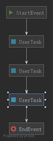
Before: c03procinst/src/main/resources/diagrams/StudentLeaveProcess.png, a diagram exported from BPMN (moonlightBeautiful/activiti5Study). Its source is kept beside it as c03procinst/src/main/resources/diagrams/StudentLeaveProcess.bpmn. Ids are renumbered. Its diagram source:
```xml
<definitions xmlns="http://www.omg.org/spec/BPMN/20100524/MODEL" xmlns:activiti="http://activiti.org/bpmn" xmlns:bpmndi="http://www.omg.org/spec/BPMN/20100524/DI" xmlns:dc="http://www.omg.org/spec/DD/20100524/DC" xmlns:di="http://www.omg.org/spec/DD/20100524/DI" xmlns:tns="http://www.activiti.org/testm1578408980312" xmlns:xsd="http://www.w3.org/2001/XMLSchema" xmlns:xsi="http://www.w3.org/2001/XMLSchema-instance" expressionLanguage="http://www.w3.org/1999/XPath" id="m1578408980312" name="" targetNamespace="http://www.activiti.org/testm1578408980312" typeLanguage="http://www.w3.org/2001/XMLSchema">
  <process id="studentLeaveProcess" isClosed="false" isExecutable="true" name="studentLeaveProcess" processType="None">
    <startEvent id="start" name="StartEvent"/>
    <endEvent id="end" name="EndEvent"/>
    <userTask activiti:assignee="studnet" activiti:exclusive="true" id="studentTask" name="UserTask"/>
    <userTask activiti:assignee="monitor" activiti:exclusive="true" id="monitorTask" name="UserTask"/>
    <userTask activiti:assignee="teacher" activiti:exclusive="true" id="teacherTask" name="UserTask"/>
    <sequenceFlow id="_7" sourceRef="start" targetRef="studentTask"/>
    <sequenceFlow id="_8" sourceRef="studentTask" targetRef="monitorTask"/>
    <sequenceFlow id="_9" sourceRef="monitorTask" targetRef="teacherTask"/>
    <sequenceFlow id="_10" sourceRef="teacherTask" targetRef="end"/>
  </process>
  <bpmndi:BPMNDiagram documentation="background=#3C3F41;count=1;horizontalcount=1;orientation=0;width=842.4;height=1195.2;imageableWidth=832.4;imageableHeight=1185.2;imageableX=5.0;imageableY=5.0" id="Diagram-_1" name="New Diagram">
    <bpmndi:BPMNPlane bpmnElement="studentLeaveProcess">
      <bpmndi:BPMNShape bpmnElement="start" id="Shape-start">
        <dc:Bounds height="32.0" width="32.0" x="300.0" y="-10.0"/>
        <bpmndi:BPMNLabel>
          <dc:Bounds height="32.0" width="32.0" x="0.0" y="0.0"/>
        </bpmndi:BPMNLabel>
      </bpmndi:BPMNShape>
      <bpmndi:BPMNShape bpmnElement="end" id="Shape-end">
        <dc:Bounds height="32.0" width="32.0" x="305.0" y="385.0"/>
        <bpmndi:BPMNLabel>
          <dc:Bounds height="32.0" width="32.0" x="0.0" y="0.0"/>
        </bpmndi:BPMNLabel>
      </bpmndi:BPMNShape>
      <bpmndi:BPMNShape bpmnElement="studentTask" id="Shape-studentTask">
        <dc:Bounds height="55.0" width="85.0" x="275.0" y="60.0"/>
        <bpmndi:BPMNLabel>
          <dc:Bounds height="55.0" width="85.0" x="0.0" y="0.0"/>
        </bpmndi:BPMNLabel>
      </bpmndi:BPMNShape>
      <bpmndi:BPMNShape bpmnElement="monitorTask" id="Shape-monitorTask">
        <dc:Bounds height="55.0" width="85.0" x="275.0" y="160.0"/>
        <bpmndi:BPMNLabel>
          <dc:Bounds height="55.0" width="85.0" x="0.0" y="0.0"/>
        </bpmndi:BPMNLabel>
      </bpmndi:BPMNShape>
      <bpmndi:BPMNShape bpmnElement="teacherTask" id="Shape-teacherTask">
        <dc:Bounds height="55.0" width="85.0" x="275.0" y="275.0"/>
        <bpmndi:BPMNLabel>
          <dc:Bounds height="55.0" width="85.0" x="0.0" y="0.0"/>
        </bpmndi:BPMNLabel>
      </bpmndi:BPMNShape>
      <bpmndi:BPMNEdge bpmnElement="_7" id="BPMNEdge__7" sourceElement="start" targetElement="studentTask">
        <di:waypoint x="316.0" y="22.0"/>
        <di:waypoint x="316.0" y="60.0"/>
        <bpmndi:BPMNLabel>
          <dc:Bounds height="0.0" width="0.0" x="0.0" y="0.0"/>
        </bpmndi:BPMNLabel>
      </bpmndi:BPMNEdge>
      <bpmndi:BPMNEdge bpmnElement="_8" id="BPMNEdge__8" sourceElement="studentTask" targetElement="monitorTask">
        <di:waypoint x="317.5" y="115.0"/>
        <di:waypoint x="317.5" y="160.0"/>
        <bpmndi:BPMNLabel>
          <dc:Bounds height="0.0" width="0.0" x="0.0" y="0.0"/>
        </bpmndi:BPMNLabel>
      </bpmndi:BPMNEdge>
      <bpmndi:BPMNEdge bpmnElement="_9" id="BPMNEdge__9" sourceElement="monitorTask" targetElement="teacherTask">
        <di:waypoint x="317.5" y="215.0"/>
        <di:waypoint x="317.5" y="275.0"/>
        <bpmndi:BPMNLabel>
          <dc:Bounds height="0.0" width="0.0" x="0.0" y="0.0"/>
        </bpmndi:BPMNLabel>
      </bpmndi:BPMNEdge>
      <bpmndi:BPMNEdge bpmnElement="_10" id="BPMNEdge__10" sourceElement="teacherTask" targetElement="end">
        <di:waypoint x="321.0" y="330.0"/>
        <di:waypoint x="321.0" y="385.0"/>
        <bpmndi:BPMNLabel>
          <dc:Bounds height="0.0" width="0.0" x="0.0" y="0.0"/>
        </bpmndi:BPMNLabel>
      </bpmndi:BPMNEdge>
    </bpmndi:BPMNPlane>
  </bpmndi:BPMNDiagram>
</definitions>
```
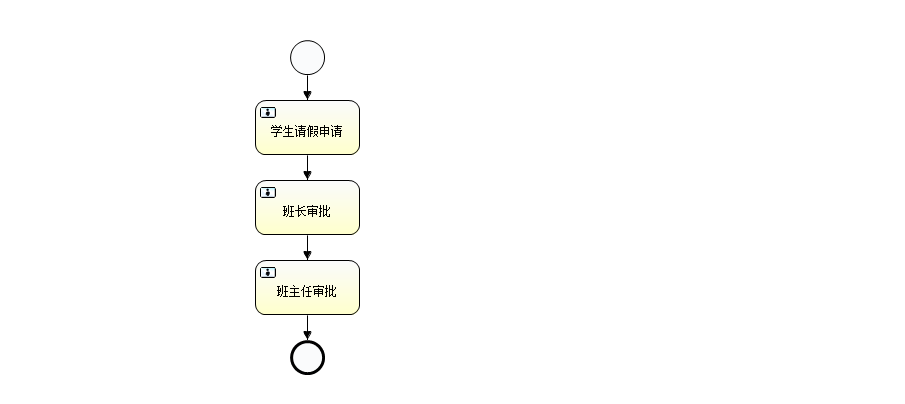
Later version of the same file.

Diff of the diagram source:
```diff
@@ -1,74 +1,47 @@
-<definitions xmlns="http://www.omg.org/spec/BPMN/20100524/MODEL" xmlns:activiti="http://activiti.org/bpmn" xmlns:bpmndi="http://www.omg.org/spec/BPMN/20100524/DI" xmlns:dc="http://www.omg.org/spec/DD/20100524/DC" xmlns:di="http://www.omg.org/spec/DD/20100524/DI" xmlns:tns="http://www.activiti.org/testm1578408980312" xmlns:xsd="http://www.w3.org/2001/XMLSchema" xmlns:xsi="http://www.w3.org/2001/XMLSchema-instance" expressionLanguage="http://www.w3.org/1999/XPath" id="m1578408980312" name="" targetNamespace="http://www.activiti.org/testm1578408980312" typeLanguage="http://www.w3.org/2001/XMLSchema">
-  <process id="studentLeaveProcess" isClosed="false" isExecutable="true" name="studentLeaveProcess" processType="None">
-    <startEvent id="start" name="StartEvent"/>
-    <endEvent id="end" name="EndEvent"/>
-    <userTask activiti:assignee="studnet" activiti:exclusive="true" id="studentTask" name="UserTask"/>
-    <userTask activiti:assignee="monitor" activiti:exclusive="true" id="monitorTask" name="UserTask"/>
-    <userTask activiti:assignee="teacher" activiti:exclusive="true" id="teacherTask" name="UserTask"/>
-    <sequenceFlow id="_7" sourceRef="start" targetRef="studentTask"/>
-    <sequenceFlow id="_8" sourceRef="studentTask" targetRef="monitorTask"/>
-    <sequenceFlow id="_9" sourceRef="monitorTask" targetRef="teacherTask"/>
-    <sequenceFlow id="_10" sourceRef="teacherTask" targetRef="end"/>
+<definitions xmlns="http://www.omg.org/spec/BPMN/20100524/MODEL" xmlns:xsi="http://www.w3.org/2001/XMLSchema-instance" xmlns:xsd="http://www.w3.org/2001/XMLSchema" xmlns:activiti="http://activiti.org/bpmn" xmlns:bpmndi="http://www.omg.org/spec/BPMN/20100524/DI" xmlns:omgdc="http://www.omg.org/spec/DD/20100524/DC" xmlns:omgdi="http://www.omg.org/spec/DD/20100524/DI" typeLanguage="http://www.w3.org/2001/XMLSchema" expressionLanguage="http://www.w3.org/1999/XPath" targetNamespace="http://www.activiti.org/test">
+  <process id="studentLeaveProcess" name="Student Leave Process" isExecutable="true">
+    <startEvent id="startevent1" name="Start"></startEvent>
+    <endEvent id="endevent1" name="End"></endEvent>
+    <userTask id="usertask1" name="学生请假申请" activiti:assignee="张三"></userTask>
+    <userTask id="usertask2" name="班长审批" activiti:assignee="李四"></userTask>
+    <userTask id="usertask3" name="班主任审批" activiti:assignee="王五"></userTask>
+    <sequenceFlow id="flow1" sourceRef="startevent1" targetRef="usertask1"></sequenceFlow>
+    <sequenceFlow id="flow2" sourceRef="usertask1" targetRef="usertask2"></sequenceFlow>
+    <sequenceFlow id="flow3" sourceRef="usertask2" targetRef="usertask3"></sequenceFlow>
+    <sequenceFlow id="flow4" sourceRef="usertask3" targetRef="endevent1"></sequenceFlow>
   </process>
-  <bpmndi:BPMNDiagram documentation="background=#3C3F41;count=1;horizontalcount=1;orientation=0;width=842.4;height=1195.2;imageableWidth=832.4;imageableHeight=1185.2;imageableX=5.0;imageableY=5.0" id="Diagram-_1" name="New Diagram">
-    <bpmndi:BPMNPlane bpmnElement="studentLeaveProcess">
-      <bpmndi:BPMNShape bpmnElement="start" id="Shape-start">
-        <dc:Bounds height="32.0" width="32.0" x="300.0" y="-10.0"/>
-        <bpmndi:BPMNLabel>
-          <dc:Bounds height="32.0" width="32.0" x="0.0" y="0.0"/>
-        </bpmndi:BPMNLabel>
+  <bpmndi:BPMNDiagram id="BPMNDiagram_studentLeaveProcess">
+    <bpmndi:BPMNPlane bpmnElement="studentLeaveProcess" id="BPMNPlane_studentLeaveProcess">
+      <bpmndi:BPMNShape bpmnElement="startevent1" id="BPMNShape_startevent1">
+        <omgdc:Bounds height="35.0" width="35.0" x="290.0" y="40.0"></omgdc:Bounds>
       </bpmndi:BPMNShape>
-      <bpmndi:BPMNShape bpmnElement="end" id="Shape-end">
-        <dc:Bounds height="32.0" width="32.0" x="305.0" y="385.0"/>
-        <bpmndi:BPMNLabel>
-          <dc:Bounds height="32.0" width="32.0" x="0.0" y="0.0"/>
-        </bpmndi:BPMNLabel>
+      <bpmndi:BPMNShape bpmnElement="endevent1" id="BPMNShape_endevent1">
+        <omgdc:Bounds height="35.0" width="35.0" x="290.0" y="340.0"></omgdc:Bounds>
       </bpmndi:BPMNShape>
-      <bpmndi:BPMNShape bpmnElement="studentTask" id="Shape-studentTask">
-        <dc:Bounds height="55.0" width="85.0" x="275.0" y="60.0"/>
-        <bpmndi:BPMNLabel>
-          <dc:Bounds height="55.0" width="85.0" x="0.0" y="0.0"/>
-        </bpmndi:BPMNLabel>
+      <bpmndi:BPMNShape bpmnElement="usertask1" id="BPMNShape_usertask1">
+        <omgdc:Bounds height="55.0" width="105.0" x="255.0" y="100.0"></omgdc:Bounds>
       </bpmndi:BPMNShape>
-      <bpmndi:BPMNShape bpmnElement="monitorTask" id="Shape-monitorTask">
-        <dc:Bounds height="55.0" width="85.0" x="275.0" y="160.0"/>
-        <bpmndi:BPMNLabel>
-          <dc:Bounds height="55.0" width="85.0" x="0.0" y="0.0"/>
-        </bpmndi:BPMNLabel>
+      <bpmndi:BPMNShape bpmnElement="usertask2" id="BPMNShape_usertask2">
+        <omgdc:Bounds height="55.0" width="105.0" x="255.0" y="180.0"></omgdc:Bounds>
       </bpmndi:BPMNShape>
-      <bpmndi:BPMNShape bpmnElement="teacherTask" id="Shape-teacherTask">
-        <dc:Bounds height="55.0" width="85.0" x="275.0" y="275.0"/>
-        <bpmndi:BPMNLabel>
-          <dc:Bounds height="55.0" width="85.0" x="0.0" y="0.0"/>
-        </bpmndi:BPMNLabel>
+      <bpmndi:BPMNShape bpmnElement="usertask3" id="BPMNShape_usertask3">
+        <omgdc:Bounds height="55.0" width="105.0" x="255.0" y="260.0"></omgdc:Bounds>
       </bpmndi:BPMNShape>
-      <bpmndi:BPMNEdge bpmnElement="_7" id="BPMNEdge__7" sourceElement="start" targetElement="studentTask">
-        <di:waypoint x="316.0" y="22.0"/>
-        <di:waypoint x="316.0" y="60.0"/>
-        <bpmndi:BPMNLabel>
-          <dc:Bounds height="0.0" width="0.0" x="0.0" y="0.0"/>
-        </bpmndi:BPMNLabel>
+      <bpmndi:BPMNEdge bpmnElement="flow1" id="BPMNEdge_flow1">
+        <omgdi:waypoint x="307.0" y="75.0"></omgdi:waypoint>
+        <omgdi:waypoint x="307.0" y="100.0"></omgdi:waypoint>
       </bpmndi:BPMNEdge>
-      <bpmndi:BPMNEdge bpmnElement="_8" id="BPMNEdge__8" sourceElement="studentTask" targetElement="monitorTask">
-        <di:waypoint x="317.5" y="115.0"/>
-        <di:waypoint x="317.5" y="160.0"/>
-        <bpmndi:BPMNLabel>
-          <dc:Bounds height="0.0" width="0.0" x="0.0" y="0.0"/>
-        </bpmndi:BPMNLabel>
+      <bpmndi:BPMNEdge bpmnElement="flow2" id="BPMNEdge_flow2">
+        <omgdi:waypoint x="307.0" y="155.0"></omgdi:waypoint>
+        <omgdi:waypoint x="307.0" y="180.0"></omgdi:waypoint>
       </bpmndi:BPMNEdge>
-      <bpmndi:BPMNEdge bpmnElement="_9" id="BPMNEdge__9" sourceElement="monitorTask" targetElement="teacherTask">
-        <di:waypoint x="317.5" y="215.0"/>
-        <di:waypoint x="317.5" y="275.0"/>
-        <bpmndi:BPMNLabel>
-          <dc:Bounds height="0.0" width="0.0" x="0.0" y="0.0"/>
-        </bpmndi:BPMNLabel>
+      <bpmndi:BPMNEdge bpmnElement="flow3" id="BPMNEdge_flow3">
+        <omgdi:waypoint x="307.0" y="235.0"></omgdi:waypoint>
+        <omgdi:waypoint x="307.0" y="260.0"></omgdi:waypoint>
       </bpmndi:BPMNEdge>
-      <bpmndi:BPMNEdge bpmnElement="_10" id="BPMNEdge__10" sourceElement="teacherTask" targetElement="end">
-        <di:waypoint x="321.0" y="330.0"/>
-        <di:waypoint x="321.0" y="385.0"/>
-        <bpmndi:BPMNLabel>
-          <dc:Bounds height="0.0" width="0.0" x="0.0" y="0.0"/>
-        </bpmndi:BPMNLabel>
+      <bpmndi:BPMNEdge bpmnElement="flow4" id="BPMNEdge_flow4">
+        <omgdi:waypoint x="307.0" y="315.0"></omgdi:waypoint>
+        <omgdi:waypoint x="307.0" y="340.0"></omgdi:waypoint>
       </bpmndi:BPMNEdge>
     </bpmndi:BPMNPlane>
   </bpmndi:BPMNDiagram>
```
